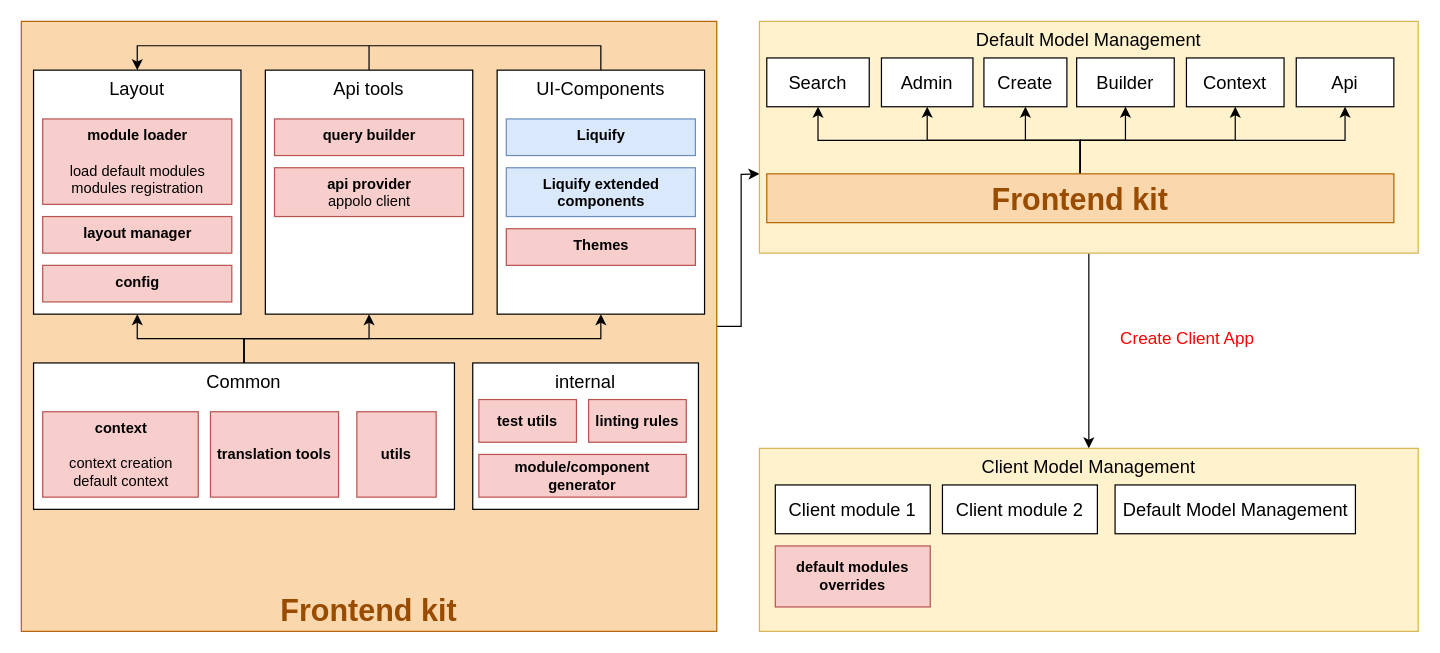
Earlier version of the draw.io diagram page "Page-2" (2 of 2) of Untitled Diagram.drawio (haithemT/diagrams). Source tidied: cells renumbered, new cells numbered last; positions are measured from the earlier drawing's top-left corner, leaving out a move shared by most shapes. Both pictures are drawn from the tidied source at 122%, with x=0, y=0 at pixel (21, 21).
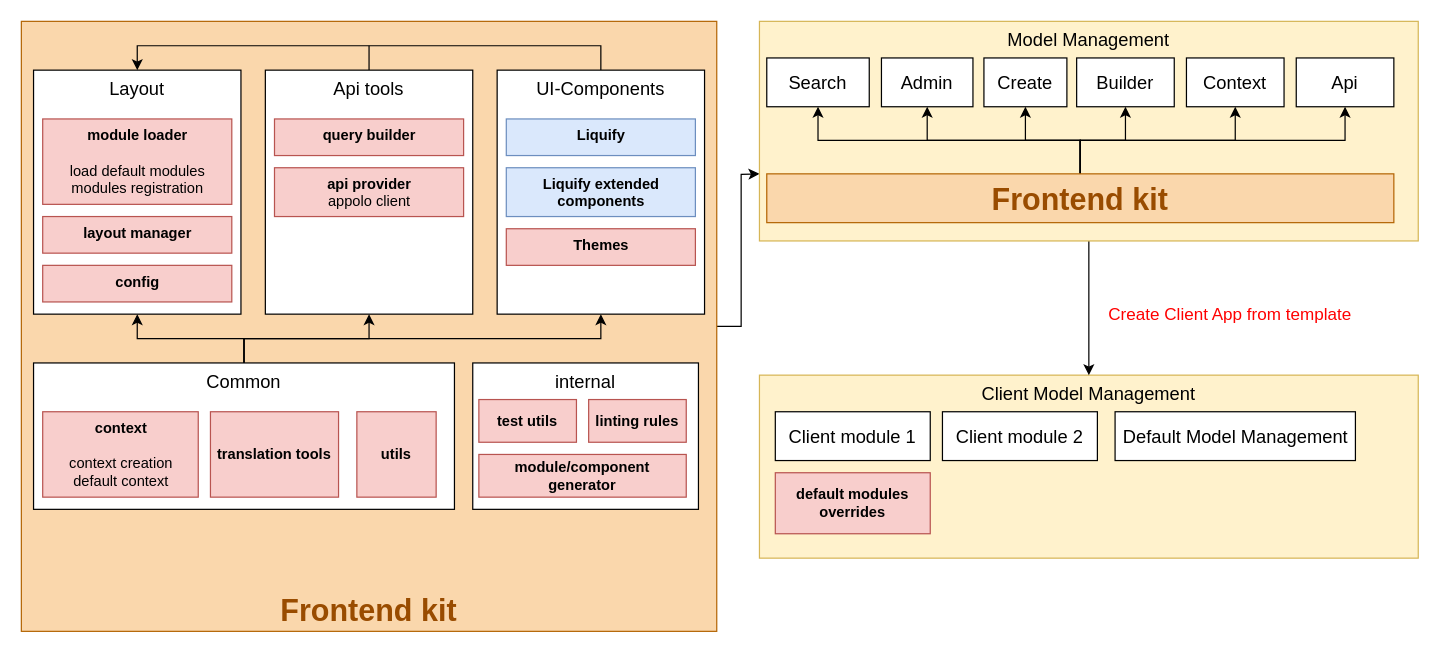
Above is the later version.

What changed in the source:
```diff
@@
     <mxCell id="2" value="Client Model Management" style="rounded=0;whiteSpace=wrap;html=1;fontSize=15;align=center;fillColor=#fff2cc;strokeColor=#d6b656;verticalAlign=top;" parent="1" vertex="1">
-      <mxGeometry x="605" y="350" width="540" height="150" as="geometry" />
+      <mxGeometry x="605" y="290" width="540" height="150" as="geometry" />
     </mxCell>
@@
-    <mxCell id="26" value="Default Model Management" style="rounded=0;whiteSpace=wrap;html=1;fontSize=15;align=center;fillColor=#fff2cc;strokeColor=#d6b656;verticalAlign=top;" parent="1" vertex="1">
-      <mxGeometry x="605" width="540" height="190" as="geometry" />
+    <mxCell id="26" value="Model Management" style="rounded=0;whiteSpace=wrap;html=1;fontSize=15;align=center;fillColor=#fff2cc;strokeColor=#d6b656;verticalAlign=top;" parent="1" vertex="1">
+      <mxGeometry x="605" width="540" height="180" as="geometry" />
     </mxCell>
@@
     <mxCell id="40" value="&lt;span style=&quot;color: rgb(0 , 0 , 0)&quot;&gt;Default Model Management&lt;/span&gt;" style="rounded=0;whiteSpace=wrap;html=1;fontSize=15;fontColor=#FF0000;verticalAlign=middle;align=center;" parent="1" vertex="1">
-      <mxGeometry x="896.5" y="380" width="197" height="40" as="geometry" />
+      <mxGeometry x="896.5" y="320" width="197" height="40" as="geometry" />
     </mxCell>
-    <mxCell id="41" value="Create Client App" style="text;html=1;strokeColor=none;fillColor=none;align=center;verticalAlign=middle;whiteSpace=wrap;rounded=0;fontColor=#FF0000;fontSize=14;" parent="1" vertex="1">
-      <mxGeometry x="877" y="250" width="158" height="20" as="geometry" />
+    <mxCell id="41" value="Create Client App from template" style="text;html=1;strokeColor=none;fillColor=none;align=center;verticalAlign=middle;whiteSpace=wrap;rounded=0;fontColor=#FF0000;fontSize=14;" parent="1" vertex="1">
+      <mxGeometry x="877" y="230" width="228" height="20" as="geometry" />
     </mxCell>
     <mxCell id="42" value="&lt;span style=&quot;color: rgb(0 , 0 , 0)&quot;&gt;Client module 1&lt;/span&gt;" style="rounded=0;whiteSpace=wrap;html=1;fontSize=15;fontColor=#FF0000;verticalAlign=middle;" parent="1" vertex="1">
-      <mxGeometry x="618" y="380" width="127" height="40" as="geometry" />
+      <mxGeometry x="618" y="320" width="127" height="40" as="geometry" />
     </mxCell>
@@
     <mxCell id="47" value="&lt;span style=&quot;color: rgb(0 , 0 , 0)&quot;&gt;Client module 2&lt;/span&gt;" style="rounded=0;whiteSpace=wrap;html=1;fontSize=15;fontColor=#FF0000;verticalAlign=middle;" parent="1" vertex="1">
-      <mxGeometry x="755" y="380" width="127" height="40" as="geometry" />
+      <mxGeometry x="755" y="320" width="127" height="40" as="geometry" />
     </mxCell>
     <mxCell id="48" value="default modules overrides" style="rounded=0;whiteSpace=wrap;html=1;fontSize=12;align=center;fillColor=#f8cecc;strokeColor=#b85450;fontStyle=1;" parent="1" vertex="1">
-      <mxGeometry x="618" y="430" width="127" height="50" as="geometry" />
+      <mxGeometry x="618" y="370" width="127" height="50" as="geometry" />
     </mxCell>
```
